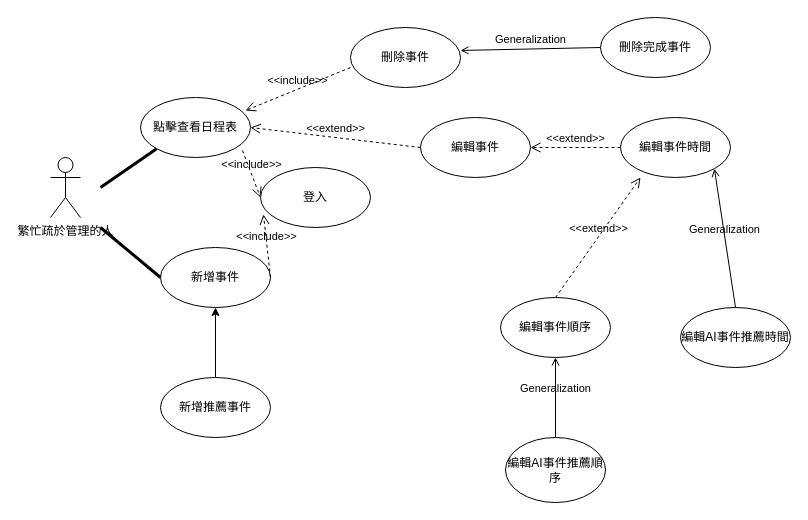
The draw.io diagram 使用者個案圖.drawio in Kevincheng0804/Graduation-Topic, before the edit. Source tidied: cells renumbered, new cells numbered last; positions are measured from the earlier drawing's top-left corner, leaving out a move shared by most shapes. Both pictures are drawn from the tidied source at 100%, with x=0, y=0 at pixel (50, 17).
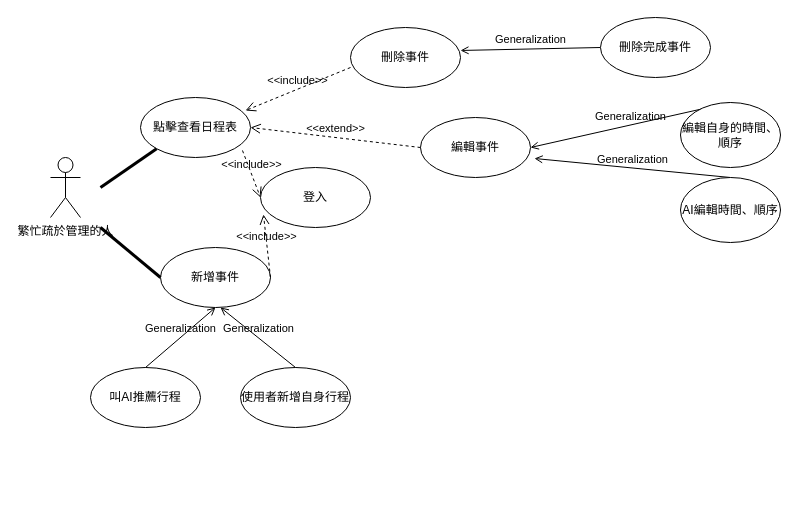
Above is the later version.

Unchanged cells that the change refers to:
```xml
<mxCell id="11" value="新增事件" style="ellipse;html=1;whiteSpace=wrap;" parent="1" vertex="1">
  <mxGeometry x="110" y="230" width="110" height="60" as="geometry" />
</mxCell>
<mxCell id="16" value="&lt;div&gt;編輯事件&lt;/div&gt;" style="ellipse;html=1;whiteSpace=wrap;" parent="1" vertex="1">
  <mxGeometry x="370" y="100" width="110" height="60" as="geometry" />
</mxCell>
```

Diff of the diagram source:
```diff
@@
-    <mxCell id="9" style="edgeStyle=orthogonalEdgeStyle;rounded=0;jettySize=auto;html=1;" parent="1" edge="1" source="10" target="11">
-      <mxGeometry relative="1" as="geometry" />
-    </mxCell>
-    <mxCell id="10" value="新增推薦事件" style="ellipse;html=1;whiteSpace=wrap;" parent="1" vertex="1">
-      <mxGeometry x="110" y="360" width="110" height="60" as="geometry" />
+    <mxCell id="10" value="叫AI推薦行程" style="ellipse;html=1;whiteSpace=wrap;" parent="1" vertex="1">
+      <mxGeometry x="40" y="350" width="110" height="60" as="geometry" />
     </mxCell>
@@
-    <mxCell id="18" value="&lt;div&gt;編輯事件時間&lt;/div&gt;" style="ellipse;html=1;whiteSpace=wrap;" parent="1" vertex="1">
-      <mxGeometry x="570" y="100" width="110" height="60" as="geometry" />
-    </mxCell>
-    <mxCell id="19" value="&amp;lt;&amp;lt;extend&amp;gt;&amp;gt;" style="endArrow=open;startArrow=none;endFill=0;startFill=0;endSize=8;html=1;verticalAlign=bottom;dashed=1;labelBackgroundColor=none;rounded=0;entryX=1;entryY=0.5;entryDx=0;entryDy=0;exitX=0;exitY=0.5;exitDx=0;exitDy=0;" parent="1" edge="1" source="18" target="16">
-      <mxGeometry relative="1" as="geometry" />
-    </mxCell>
-    <mxCell id="20" value="Generalization" style="html=1;verticalAlign=bottom;labelBackgroundColor=none;endArrow=open;endFill=0;rounded=0;entryX=1;entryY=1;entryDx=0;entryDy=0;exitX=0.5;exitY=0;exitDx=0;exitDy=0;" parent="1" edge="1" source="21" target="18">
-      <mxGeometry relative="1" as="geometry" />
-    </mxCell>
-    <mxCell id="21" value="&lt;div&gt;編輯AI事件推薦時間&lt;/div&gt;" style="ellipse;html=1;whiteSpace=wrap;" parent="1" vertex="1">
-      <mxGeometry x="630" y="290" width="110" height="60" as="geometry" />
-    </mxCell>
-    <mxCell id="22" value="&amp;lt;&amp;lt;extend&amp;gt;&amp;gt;" style="endArrow=open;startArrow=none;endFill=0;startFill=0;endSize=8;html=1;verticalAlign=bottom;dashed=1;labelBackgroundColor=none;rounded=0;entryX=0.182;entryY=1;entryDx=0;entryDy=0;entryPerimeter=0;exitX=0.5;exitY=0;exitDx=0;exitDy=0;" parent="1" edge="1" source="23" target="18">
-      <mxGeometry relative="1" as="geometry" />
-    </mxCell>
-    <mxCell id="23" value="&lt;div&gt;編輯事件順序&lt;/div&gt;" style="ellipse;html=1;whiteSpace=wrap;" parent="1" vertex="1">
-      <mxGeometry x="450" y="280" width="110" height="60" as="geometry" />
-    </mxCell>
-    <mxCell id="24" value="Generalization" style="html=1;verticalAlign=bottom;labelBackgroundColor=none;endArrow=open;endFill=0;rounded=0;entryX=0.5;entryY=1;entryDx=0;entryDy=0;exitX=0.5;exitY=0;exitDx=0;exitDy=0;" parent="1" edge="1" source="25" target="23">
+    <mxCell id="24" value="Generalization" style="html=1;verticalAlign=bottom;labelBackgroundColor=none;endArrow=open;endFill=0;rounded=0;entryX=1;entryY=0.5;entryDx=0;entryDy=0;exitX=0.5;exitY=0;exitDx=0;exitDy=0;" parent="1" edge="1" source="25" target="16">
       <mxGeometry relative="1" as="geometry" />
     </mxCell>
-    <mxCell id="25" value="編輯AI事件推薦順序" style="ellipse;html=1;whiteSpace=wrap;" parent="1" vertex="1">
-      <mxGeometry x="455" y="420" width="100" height="65" as="geometry" />
+    <mxCell id="25" value="編輯自身的時間、順序" style="ellipse;html=1;whiteSpace=wrap;" parent="1" vertex="1">
+      <mxGeometry x="630" y="85" width="100" height="65" as="geometry" />
     </mxCell>
+    <mxCell id="9" value="Generalization" style="html=1;verticalAlign=bottom;labelBackgroundColor=none;endArrow=open;endFill=0;rounded=0;entryX=0.5;entryY=1;entryDx=0;entryDy=0;exitX=0.5;exitY=0;exitDx=0;exitDy=0;" parent="1" edge="1" source="10" target="11">
+      <mxGeometry relative="1" as="geometry" />
+    </mxCell>
+    <mxCell id="26" value="使用者新增自身行程" style="ellipse;html=1;whiteSpace=wrap;" parent="1" vertex="1">
+      <mxGeometry x="190" y="350" width="110" height="60" as="geometry" />
+    </mxCell>
+    <mxCell id="27" value="Generalization" style="html=1;verticalAlign=bottom;labelBackgroundColor=none;endArrow=open;endFill=0;rounded=0;exitX=0.5;exitY=0;exitDx=0;exitDy=0;" parent="1" edge="1" source="26">
+      <mxGeometry relative="1" as="geometry">
+        <mxPoint x="170" y="290" as="targetPoint" />
+      </mxGeometry>
+    </mxCell>
+    <mxCell id="28" value="Generalization" style="html=1;verticalAlign=bottom;labelBackgroundColor=none;endArrow=open;endFill=0;rounded=0;entryX=1.036;entryY=0.683;entryDx=0;entryDy=0;exitX=0.5;exitY=0;exitDx=0;exitDy=0;entryPerimeter=0;" parent="1" edge="1" source="29" target="16">
+      <mxGeometry relative="1" as="geometry" />
+    </mxCell>
+    <mxCell id="29" value="AI編輯時間、順序" style="ellipse;html=1;whiteSpace=wrap;" parent="1" vertex="1">
+      <mxGeometry x="630" y="160" width="100" height="65" as="geometry" />
+    </mxCell>
```
